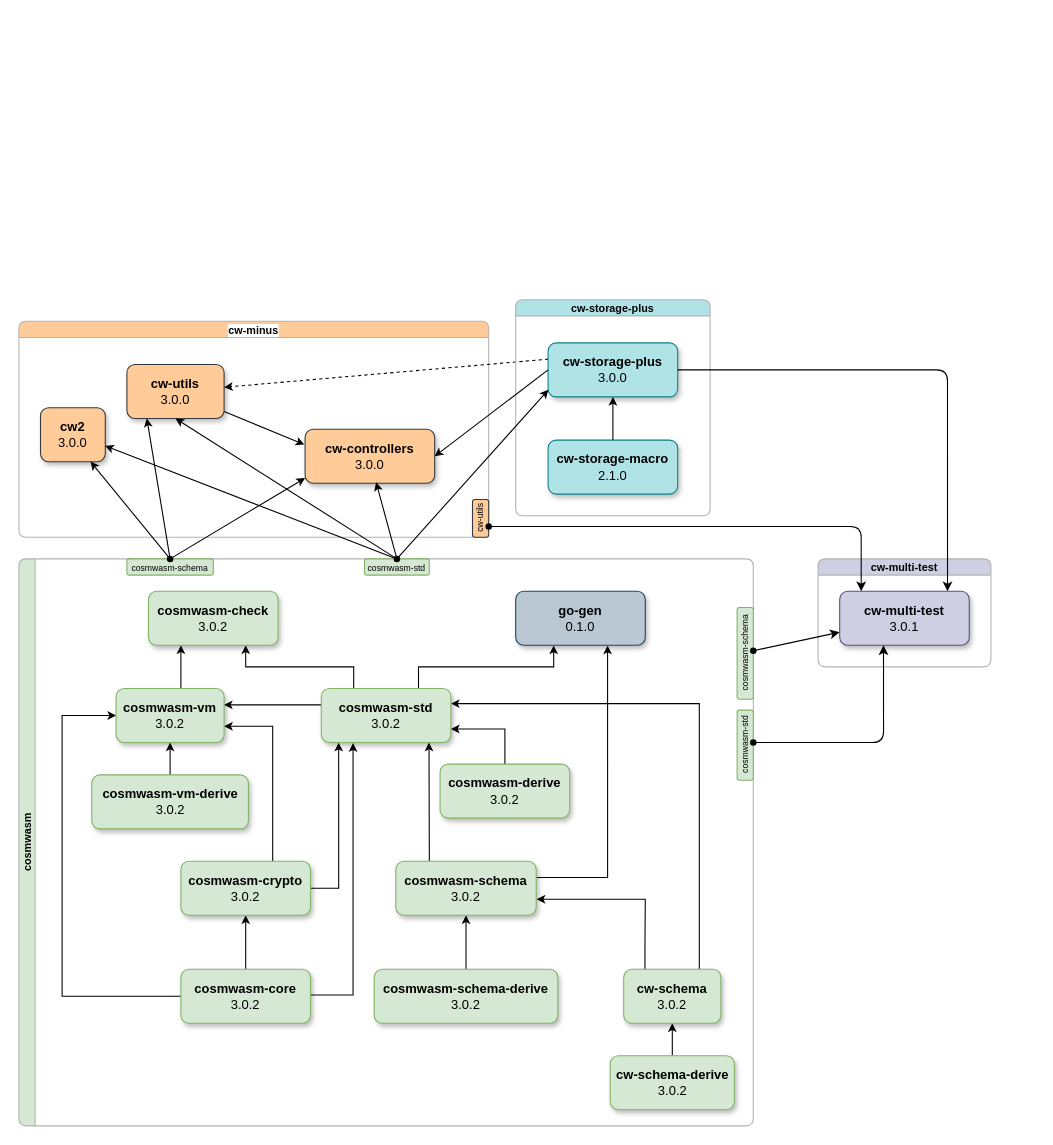
This is dependencies/all-dependencies.drawio from DariuszDepta/cosmwasm-notes, a draw.io file, before an edit. Source tidied: cells renumbered, new cells numbered last; positions are measured from the earlier drawing's top-left corner, leaving out a move shared by most shapes. Both pictures are drawn from the tidied source at 108%, with x=0, y=0 at pixel (18, 299).
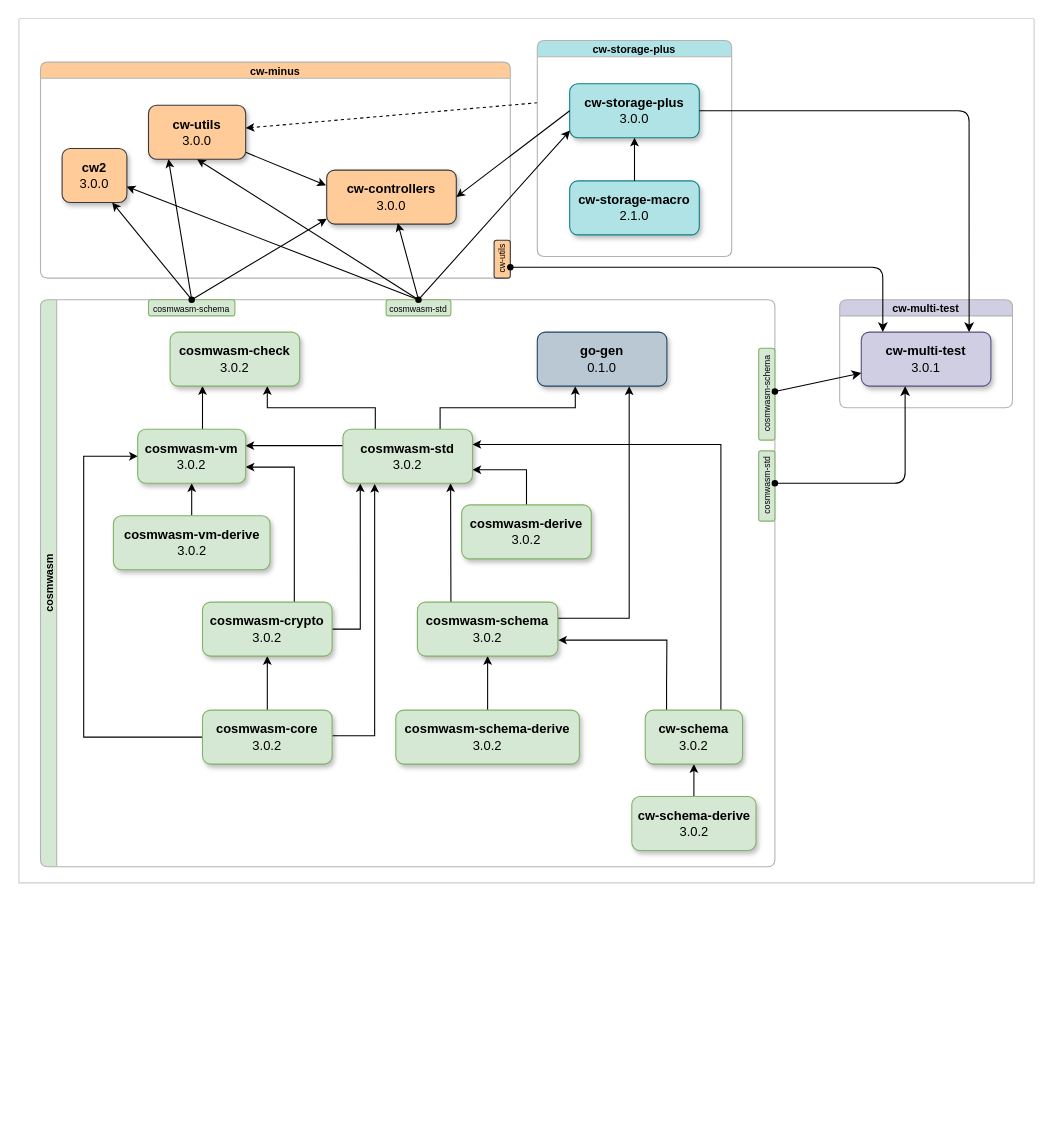
Above is the later version.

The change refers to these unchanged cells:
```xml
<mxCell id="3" value="&lt;b&gt;cw-multi-test&lt;/b&gt;&lt;div&gt;&lt;div&gt;3.0.1&lt;/div&gt;&lt;/div&gt;" style="rounded=1;whiteSpace=wrap;html=1;fillColor=#d0cee2;strokeColor=#56517e;shadow=1;" parent="2" vertex="1">
  <mxGeometry x="20" y="30" width="120" height="50" as="geometry" />
</mxCell>
<mxCell id="6" value="&lt;b&gt;cw-utils&lt;/b&gt;&lt;div&gt;&lt;div&gt;3.0&lt;span style=&quot;background-color: transparent; color: light-dark(rgb(0, 0, 0), rgb(255, 255, 255));&quot;&gt;.0&lt;/span&gt;&lt;/div&gt;&lt;/div&gt;" style="rounded=1;whiteSpace=wrap;html=1;fillColor=#ffcc99;strokeColor=#36393d;shadow=1;align=center;verticalAlign=middle;fontFamily=Helvetica;fontSize=12;" parent="4" vertex="1">
  <mxGeometry x="100" y="40" width="90" height="50" as="geometry" />
</mxCell>
<mxCell id="7" value="&lt;b&gt;cw-controllers&lt;/b&gt;&lt;div&gt;&lt;div&gt;3.0&lt;span style=&quot;background-color: transparent; color: light-dark(rgb(0, 0, 0), rgb(255, 255, 255));&quot;&gt;.0&lt;/span&gt;&lt;/div&gt;&lt;/div&gt;" style="rounded=1;whiteSpace=wrap;html=1;fillColor=#ffcc99;strokeColor=#36393d;shadow=1;align=center;verticalAlign=middle;fontFamily=Helvetica;fontSize=12;" parent="4" vertex="1">
  <mxGeometry x="265" y="100" width="120" height="50" as="geometry" />
</mxCell>
<mxCell id="8" value="&lt;b&gt;cw2&lt;/b&gt;&lt;div&gt;&lt;div&gt;3.0&lt;span style=&quot;background-color: transparent; color: light-dark(rgb(0, 0, 0), rgb(255, 255, 255));&quot;&gt;.0&lt;/span&gt;&lt;/div&gt;&lt;/div&gt;" style="rounded=1;whiteSpace=wrap;html=1;fillColor=#ffcc99;strokeColor=#36393d;shadow=1;align=center;verticalAlign=middle;fontFamily=Helvetica;fontSize=12;" parent="4" vertex="1">
  <mxGeometry x="20" y="80" width="60" height="50" as="geometry" />
</mxCell>
<mxCell id="18" value="&lt;b&gt;cw-storage-plus&lt;/b&gt;&lt;div&gt;&lt;div&gt;3.0.0&lt;/div&gt;&lt;/div&gt;" style="rounded=1;whiteSpace=wrap;html=1;fillColor=#b0e3e6;strokeColor=#0e8088;shadow=1;" parent="17" vertex="1">
  <mxGeometry x="30" y="40" width="120" height="50" as="geometry" />
</mxCell>
<mxCell id="53" style="shape=waypoint;sketch=0;fillStyle=solid;size=6;points=[];fillColor=none;perimeter=centerPerimeter;snapToPoint=1;fontFamily=Helvetica;fontSize=11;fontColor=default;labelBackgroundColor=default;" parent="21" vertex="1">
  <mxGeometry x="130" y="-10" width="20" height="20" as="geometry" />
</mxCell>
<mxCell id="54" style="shape=waypoint;sketch=0;fillStyle=solid;size=6;points=[];fillColor=none;perimeter=centerPerimeter;snapToPoint=1;fontFamily=Helvetica;fontSize=11;fontColor=default;labelBackgroundColor=default;" parent="21" vertex="1">
  <mxGeometry x="340" y="-10" width="20" height="20" as="geometry" />
</mxCell>
<mxCell id="57" style="shape=waypoint;sketch=0;fillStyle=solid;size=6;points=[];fillColor=none;perimeter=centerPerimeter;snapToPoint=1;" parent="21" vertex="1">
  <mxGeometry x="670" y="160" width="20" height="20" as="geometry" />
</mxCell>
```

The edit, as a diff of the source:
```diff
@@
+    <mxCell id="66" style="swimlane;startSize=0;rounded=1;strokeColor=#CCCCCC;swimlaneFillColor=default;" parent="1" vertex="1">
+      <mxGeometry y="-260" width="940" height="800" as="geometry" />
+    </mxCell>
-    <mxCell id="2" value="cw-multi-test" style="swimlane;whiteSpace=wrap;html=1;fillColor=#D0CEE2;rounded=1;strokeColor=#B3B3B3;fontSize=10;startSize=15;" parent="1" vertex="1">
-      <mxGeometry x="740" y="240" width="160" height="100" as="geometry" />
+    <mxCell id="2" value="cw-multi-test" style="swimlane;whiteSpace=wrap;html=1;fillColor=#D0CEE2;rounded=1;strokeColor=#B3B3B3;fontSize=10;startSize=15;swimlaneFillColor=default;" parent="66" vertex="1">
+      <mxGeometry x="760" y="260" width="160" height="100" as="geometry" />
     </mxCell>
@@
-    <mxCell id="4" value="cw-minus" style="swimlane;whiteSpace=wrap;html=1;fontFamily=Helvetica;fontSize=10;fontColor=default;labelBackgroundColor=#FFFFFF;strokeColor=#B3B3B3;rounded=1;shadow=0;swimlaneLine=1;fillColor=#FFCC99;startSize=15;" parent="1" vertex="1">
-      <mxGeometry y="20" width="435" height="200" as="geometry" />
+    <mxCell id="4" value="cw-minus" style="swimlane;whiteSpace=wrap;html=1;fontFamily=Helvetica;fontSize=10;fontColor=default;labelBackgroundColor=none;strokeColor=#B3B3B3;rounded=1;shadow=0;swimlaneLine=1;fillColor=#FFCC99;startSize=15;fillStyle=auto;swimlaneFillColor=#FFFFFF;" parent="66" vertex="1">
+      <mxGeometry x="20" y="40" width="435" height="200" as="geometry" />
     </mxCell>
@@
-    <mxCell id="10" style="shape=connector;rounded=0;jettySize=auto;html=1;entryX=0.5;entryY=1;entryDx=0;entryDy=0;strokeColor=default;align=center;verticalAlign=middle;fontFamily=Helvetica;fontSize=11;fontColor=default;labelBackgroundColor=default;startSize=5;endArrow=classic;endFill=1;endSize=5;exitX=0.549;exitY=0.627;exitDx=0;exitDy=0;exitPerimeter=0;" parent="1" edge="1" source="54" target="6">
+    <mxCell id="10" style="shape=connector;rounded=0;jettySize=auto;html=1;entryX=0.5;entryY=1;entryDx=0;entryDy=0;strokeColor=default;align=center;verticalAlign=middle;fontFamily=Helvetica;fontSize=11;fontColor=default;labelBackgroundColor=default;startSize=5;endArrow=classic;endFill=1;endSize=5;exitX=0.549;exitY=0.627;exitDx=0;exitDy=0;exitPerimeter=0;" parent="66" edge="1" source="54" target="6">
       <mxGeometry relative="1" as="geometry" />
     </mxCell>
-    <mxCell id="11" style="shape=connector;rounded=0;jettySize=auto;html=1;entryX=0.548;entryY=0.981;entryDx=0;entryDy=0;entryPerimeter=0;strokeColor=default;align=center;verticalAlign=middle;fontFamily=Helvetica;fontSize=11;fontColor=default;labelBackgroundColor=default;startSize=5;endArrow=classic;endFill=1;endSize=5;" parent="1" edge="1" source="54" target="7">
+    <mxCell id="11" style="shape=connector;rounded=0;jettySize=auto;html=1;entryX=0.548;entryY=0.981;entryDx=0;entryDy=0;entryPerimeter=0;strokeColor=default;align=center;verticalAlign=middle;fontFamily=Helvetica;fontSize=11;fontColor=default;labelBackgroundColor=default;startSize=5;endArrow=classic;endFill=1;endSize=5;" parent="66" edge="1" source="54" target="7">
       <mxGeometry relative="1" as="geometry" />
     </mxCell>
-    <mxCell id="12" style="shape=connector;rounded=0;jettySize=auto;html=1;strokeColor=default;align=center;verticalAlign=middle;fontFamily=Helvetica;fontSize=11;fontColor=default;labelBackgroundColor=default;startSize=5;endArrow=classic;endFill=1;endSize=5;dashed=1;exitX=0.002;exitY=0.301;exitDx=0;exitDy=0;exitPerimeter=0;" parent="1" edge="1" source="18" target="6">
+    <mxCell id="12" style="shape=connector;rounded=0;jettySize=auto;html=1;strokeColor=default;align=center;verticalAlign=middle;fontFamily=Helvetica;fontSize=11;fontColor=default;labelBackgroundColor=default;startSize=5;endArrow=classic;endFill=1;endSize=5;dashed=1;exitX=0.002;exitY=0.301;exitDx=0;exitDy=0;exitPerimeter=0;" parent="66" edge="1" source="18" target="6">
       <mxGeometry relative="1" as="geometry" />
     </mxCell>
-    <mxCell id="13" style="shape=connector;rounded=0;jettySize=auto;html=1;entryX=0.997;entryY=0.707;entryDx=0;entryDy=0;entryPerimeter=0;strokeColor=default;align=center;verticalAlign=middle;fontFamily=Helvetica;fontSize=11;fontColor=default;labelBackgroundColor=default;startSize=5;endArrow=classic;endFill=1;endSize=5;exitX=0.302;exitY=0.64;exitDx=0;exitDy=0;exitPerimeter=0;" parent="1" edge="1" source="54" target="8">
+    <mxCell id="13" style="shape=connector;rounded=0;jettySize=auto;html=1;entryX=0.997;entryY=0.707;entryDx=0;entryDy=0;entryPerimeter=0;strokeColor=default;align=center;verticalAlign=middle;fontFamily=Helvetica;fontSize=11;fontColor=default;labelBackgroundColor=default;startSize=5;endArrow=classic;endFill=1;endSize=5;exitX=0.302;exitY=0.64;exitDx=0;exitDy=0;exitPerimeter=0;" parent="66" edge="1" source="54" target="8">
       <mxGeometry relative="1" as="geometry" />
     </mxCell>
-    <mxCell id="14" style="shape=connector;rounded=0;jettySize=auto;html=1;entryX=0.773;entryY=0.999;entryDx=0;entryDy=0;strokeColor=default;align=center;verticalAlign=middle;fontFamily=Helvetica;fontSize=11;fontColor=default;labelBackgroundColor=default;startSize=5;endArrow=classic;endFill=1;endSize=5;entryPerimeter=0;" parent="1" edge="1" source="53" target="8">
+    <mxCell id="14" style="shape=connector;rounded=0;jettySize=auto;html=1;entryX=0.773;entryY=0.999;entryDx=0;entryDy=0;strokeColor=default;align=center;verticalAlign=middle;fontFamily=Helvetica;fontSize=11;fontColor=default;labelBackgroundColor=default;startSize=5;endArrow=classic;endFill=1;endSize=5;entryPerimeter=0;" parent="66" edge="1" source="53" target="8">
       <mxGeometry relative="1" as="geometry" />
     </mxCell>
-    <mxCell id="15" style="shape=connector;rounded=0;jettySize=auto;html=1;entryX=0.205;entryY=0.998;entryDx=0;entryDy=0;strokeColor=default;align=center;verticalAlign=middle;fontFamily=Helvetica;fontSize=11;fontColor=default;labelBackgroundColor=default;startSize=5;endArrow=classic;endFill=1;endSize=5;entryPerimeter=0;" parent="1" edge="1" source="53" target="6">
+    <mxCell id="15" style="shape=connector;rounded=0;jettySize=auto;html=1;entryX=0.205;entryY=0.998;entryDx=0;entryDy=0;strokeColor=default;align=center;verticalAlign=middle;fontFamily=Helvetica;fontSize=11;fontColor=default;labelBackgroundColor=default;startSize=5;endArrow=classic;endFill=1;endSize=5;entryPerimeter=0;" parent="66" edge="1" source="53" target="6">
       <mxGeometry relative="1" as="geometry" />
     </mxCell>
-    <mxCell id="16" style="shape=connector;rounded=0;jettySize=auto;html=1;entryX=0;entryY=0.903;entryDx=0;entryDy=0;entryPerimeter=0;strokeColor=default;align=center;verticalAlign=middle;fontFamily=Helvetica;fontSize=11;fontColor=default;labelBackgroundColor=default;startSize=5;endArrow=classic;endFill=1;endSize=5;" parent="1" edge="1" source="53" target="7">
+    <mxCell id="16" style="shape=connector;rounded=0;jettySize=auto;html=1;entryX=0;entryY=0.903;entryDx=0;entryDy=0;entryPerimeter=0;strokeColor=default;align=center;verticalAlign=middle;fontFamily=Helvetica;fontSize=11;fontColor=default;labelBackgroundColor=default;startSize=5;endArrow=classic;endFill=1;endSize=5;" parent="66" edge="1" source="53" target="7">
       <mxGeometry relative="1" as="geometry" />
     </mxCell>
-    <mxCell id="17" value="cw-storage-plus" style="swimlane;whiteSpace=wrap;html=1;rounded=1;strokeColor=#B3B3B3;fillColor=#B0E3E6;fontSize=10;startSize=15;" parent="1" vertex="1">
-      <mxGeometry x="460" width="180" height="200" as="geometry" />
+    <mxCell id="17" value="cw-storage-plus" style="swimlane;whiteSpace=wrap;html=1;rounded=1;strokeColor=#B3B3B3;fillColor=#B0E3E6;fontSize=10;startSize=15;swimlaneFillColor=default;" parent="66" vertex="1">
+      <mxGeometry x="480" y="20" width="180" height="200" as="geometry" />
     </mxCell>
@@
-    <mxCell id="21" value="cosmwasm" style="swimlane;horizontal=0;whiteSpace=wrap;html=1;fontFamily=Helvetica;fontSize=10;fontColor=default;labelBackgroundColor=none;strokeColor=#B3B3B3;rounded=1;fillColor=light-dark(#D5E8D4,#EDEDED);startSize=15;" parent="1" vertex="1">
-      <mxGeometry y="240" width="680" height="525" as="geometry" />
+    <mxCell id="21" value="cosmwasm" style="swimlane;horizontal=0;whiteSpace=wrap;html=1;fontFamily=Helvetica;fontSize=10;fontColor=default;labelBackgroundColor=none;strokeColor=#B3B3B3;rounded=1;fillColor=light-dark(#D5E8D4,#EDEDED);startSize=15;swimlaneFillColor=default;" parent="66" vertex="1">
+      <mxGeometry x="20" y="260" width="680" height="525" as="geometry" />
     </mxCell>
@@
-    <mxCell id="58" style="rounded=1;jettySize=auto;html=1;entryX=0.338;entryY=1.001;entryDx=0;entryDy=0;edgeStyle=orthogonalEdgeStyle;entryPerimeter=0;curved=0;" parent="1" edge="1" source="57" target="3">
+    <mxCell id="58" style="rounded=1;jettySize=auto;html=1;entryX=0.338;entryY=1.001;entryDx=0;entryDy=0;edgeStyle=orthogonalEdgeStyle;entryPerimeter=0;curved=0;" parent="66" edge="1" source="57" target="3">
       <mxGeometry relative="1" as="geometry" />
     </mxCell>
-    <mxCell id="59" style="rounded=0;jettySize=auto;html=1;" parent="1" edge="1" source="60" target="3">
+    <mxCell id="59" style="rounded=0;jettySize=auto;html=1;" parent="66" edge="1" source="60" target="3">
       <mxGeometry relative="1" as="geometry" />
     </mxCell>
-    <mxCell id="60" style="shape=waypoint;sketch=0;fillStyle=solid;size=6;points=[];fillColor=none;perimeter=centerPerimeter;snapToPoint=1;" parent="1" vertex="1">
-      <mxGeometry x="670" y="315" width="20" height="20" as="geometry" />
+    <mxCell id="60" style="shape=waypoint;sketch=0;fillStyle=solid;size=6;points=[];fillColor=none;perimeter=centerPerimeter;snapToPoint=1;" parent="66" vertex="1">
+      <mxGeometry x="690" y="335" width="20" height="20" as="geometry" />
     </mxCell>
-    <mxCell id="61" style="rounded=1;jettySize=auto;html=1;edgeStyle=orthogonalEdgeStyle;entryX=0.166;entryY=-0.002;entryDx=0;entryDy=0;entryPerimeter=0;curved=0;" parent="1" edge="1" source="62" target="3">
+    <mxCell id="61" style="rounded=1;jettySize=auto;html=1;edgeStyle=orthogonalEdgeStyle;entryX=0.166;entryY=-0.002;entryDx=0;entryDy=0;entryPerimeter=0;curved=0;" parent="66" edge="1" source="62" target="3">
       <mxGeometry relative="1" as="geometry">
         <Array as="points">
-          <mxPoint x="780" y="210" />
-          <mxPoint x="780" y="270" />
+          <mxPoint x="800" y="230" />
+          <mxPoint x="800" y="290" />
         </Array>
       </mxGeometry>
     </mxCell>
-    <mxCell id="62" style="shape=waypoint;sketch=0;fillStyle=solid;size=6;points=[];fillColor=none;perimeter=centerPerimeter;snapToPoint=1;" parent="1" vertex="1">
-      <mxGeometry x="425" y="200" width="20" height="20" as="geometry" />
+    <mxCell id="62" style="shape=waypoint;sketch=0;fillStyle=solid;size=6;points=[];fillColor=none;perimeter=centerPerimeter;snapToPoint=1;" parent="66" vertex="1">
+      <mxGeometry x="445" y="220" width="20" height="20" as="geometry" />
     </mxCell>
-    <mxCell id="63" style="edgeStyle=orthogonalEdgeStyle;rounded=1;jettySize=auto;html=1;curved=0;entryX=0.832;entryY=0;entryDx=0;entryDy=0;entryPerimeter=0;" parent="1" edge="1" source="18" target="3">
+    <mxCell id="63" style="edgeStyle=orthogonalEdgeStyle;rounded=1;jettySize=auto;html=1;curved=0;entryX=0.832;entryY=0;entryDx=0;entryDy=0;entryPerimeter=0;" parent="66" edge="1" source="18" target="3">
       <mxGeometry relative="1" as="geometry">
         <Array as="points">
-          <mxPoint x="860" y="65" />
+          <mxPoint x="880" y="85" />
         </Array>
       </mxGeometry>
     </mxCell>
-    <mxCell id="64" style="shape=connector;rounded=0;jettySize=auto;html=1;entryX=1;entryY=0.5;entryDx=0;entryDy=0;strokeColor=default;align=center;verticalAlign=middle;fontFamily=Helvetica;fontSize=11;fontColor=default;labelBackgroundColor=default;startSize=5;endArrow=classic;endFill=1;endSize=5;exitX=0;exitY=0.5;exitDx=0;exitDy=0;" parent="1" edge="1" source="18" target="7">
+    <mxCell id="64" style="shape=connector;rounded=0;jettySize=auto;html=1;entryX=1;entryY=0.5;entryDx=0;entryDy=0;strokeColor=default;align=center;verticalAlign=middle;fontFamily=Helvetica;fontSize=11;fontColor=default;labelBackgroundColor=default;startSize=5;endArrow=classic;endFill=1;endSize=5;exitX=0;exitY=0.5;exitDx=0;exitDy=0;" parent="66" edge="1" source="18" target="7">
       <mxGeometry relative="1" as="geometry" />
     </mxCell>
-    <mxCell id="65" style="shape=connector;rounded=0;jettySize=auto;html=1;entryX=0.002;entryY=0.869;entryDx=0;entryDy=0;strokeColor=default;align=center;verticalAlign=middle;fontFamily=Helvetica;fontSize=11;fontColor=default;labelBackgroundColor=default;startSize=5;endArrow=classic;endFill=1;endSize=5;entryPerimeter=0;" parent="1" edge="1" source="54" target="18">
+    <mxCell id="65" style="shape=connector;rounded=0;jettySize=auto;html=1;entryX=0.002;entryY=0.869;entryDx=0;entryDy=0;strokeColor=default;align=center;verticalAlign=middle;fontFamily=Helvetica;fontSize=11;fontColor=default;labelBackgroundColor=default;startSize=5;endArrow=classic;endFill=1;endSize=5;entryPerimeter=0;" parent="66" edge="1" source="54" target="18">
       <mxGeometry relative="1" as="geometry" />
     </mxCell>
```
